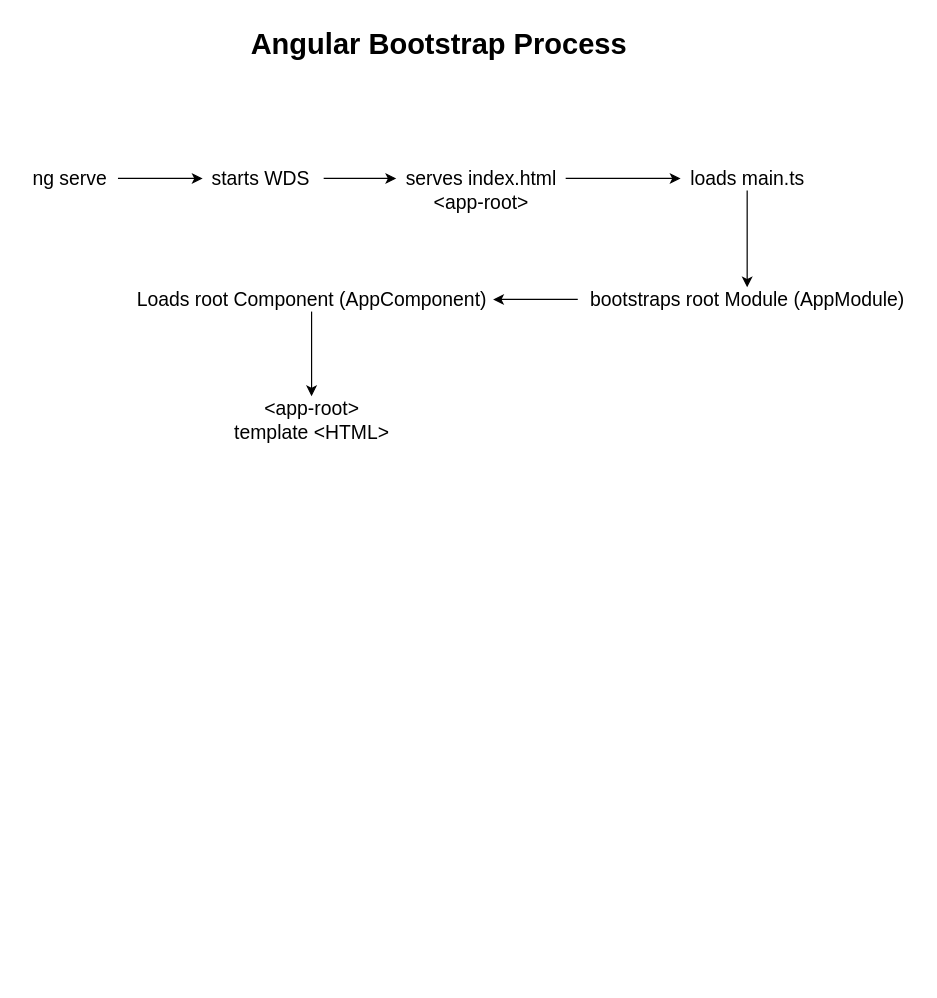
Earlier version of the draw.io diagram page "Page-2" (2 of 3) of diagrams.drawio (synergy2411/ericsson-nov21-b1). Source tidied: cells renumbered, new cells numbered last; positions are measured from the earlier drawing's top-left corner, leaving out a move shared by most shapes. Both pictures are drawn from the tidied source at 121%, with x=0, y=0 at pixel (21, 21).
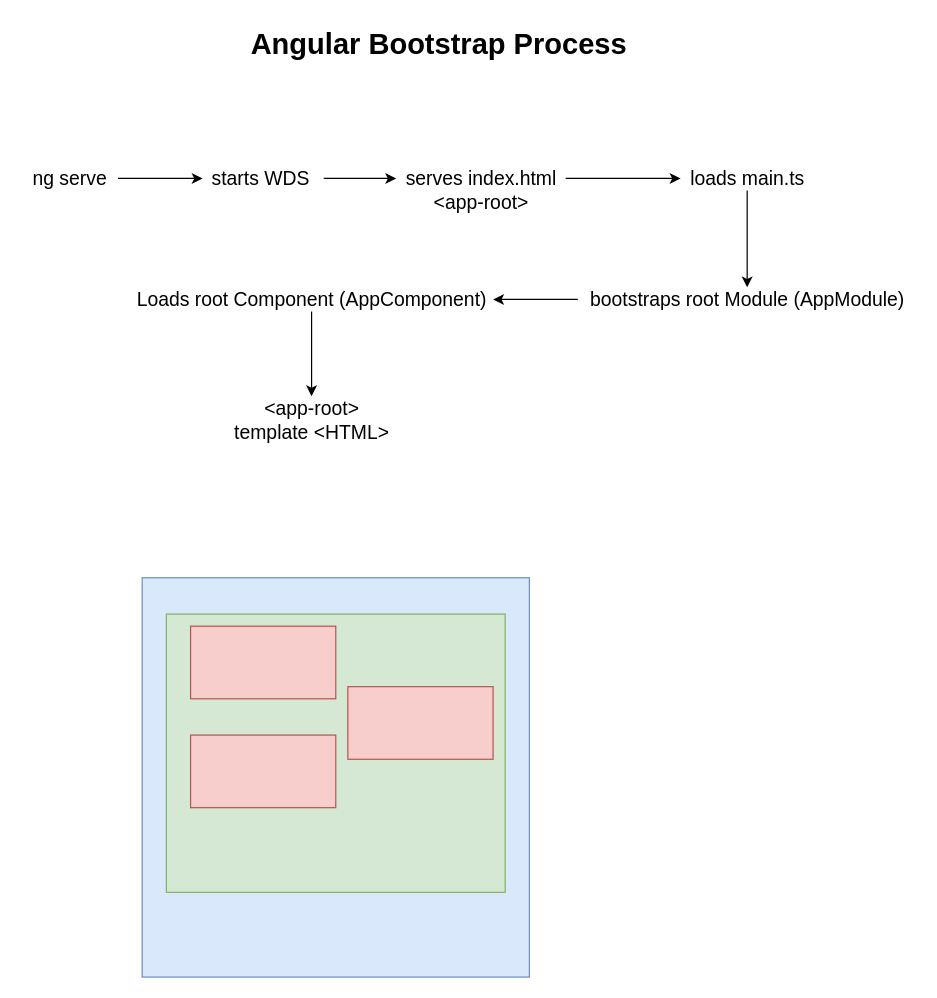
Above is the later version.

The edit, as a diff of the source:
```diff
@@
+    <mxCell id="17" style="rounded=0;whiteSpace=wrap;html=1;fontSize=16;fillColor=#dae8fc;strokeColor=#6c8ebf;" parent="1" vertex="1">
+      <mxGeometry x="100" y="460" width="320" height="330" as="geometry" />
+    </mxCell>
+    <mxCell id="18" style="rounded=0;whiteSpace=wrap;html=1;fontSize=16;fillColor=#d5e8d4;strokeColor=#82b366;" parent="1" vertex="1">
+      <mxGeometry x="120" y="490" width="280" height="230" as="geometry" />
+    </mxCell>
+    <mxCell id="19" style="rounded=0;whiteSpace=wrap;html=1;fontSize=16;fillColor=#f8cecc;strokeColor=#b85450;" parent="1" vertex="1">
+      <mxGeometry x="140" y="500" width="120" height="60" as="geometry" />
+    </mxCell>
+    <mxCell id="20" style="rounded=0;whiteSpace=wrap;html=1;fontSize=16;fillColor=#f8cecc;strokeColor=#b85450;" parent="1" vertex="1">
+      <mxGeometry x="140" y="590" width="120" height="60" as="geometry" />
+    </mxCell>
+    <mxCell id="21" style="rounded=0;whiteSpace=wrap;html=1;fontSize=16;fillColor=#f8cecc;strokeColor=#b85450;" parent="1" vertex="1">
+      <mxGeometry x="270" y="550" width="120" height="60" as="geometry" />
+    </mxCell>
```
